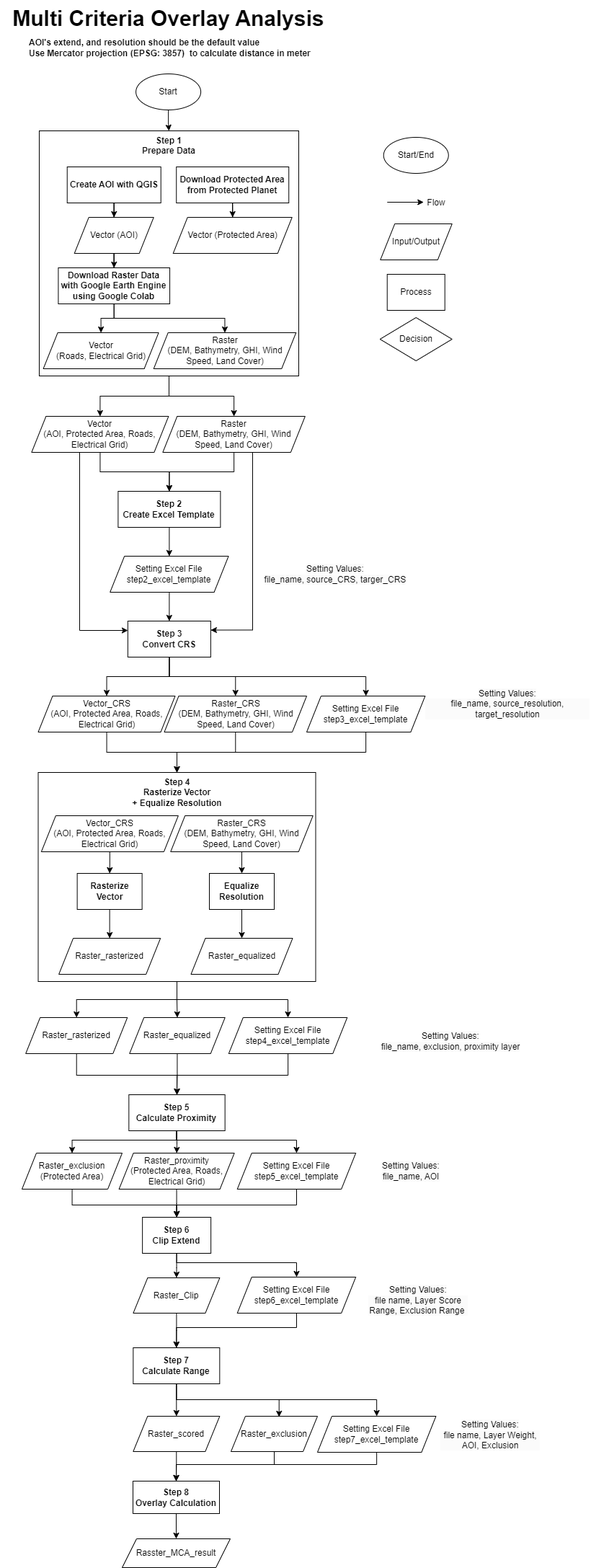
The draw.io diagram flowchart.png in chungkang/MCA, before a commit. Source tidied: cells renumbered, new cells last; positions are measured from the earlier drawing's top-left corner, leaving out a move shared by most shapes.
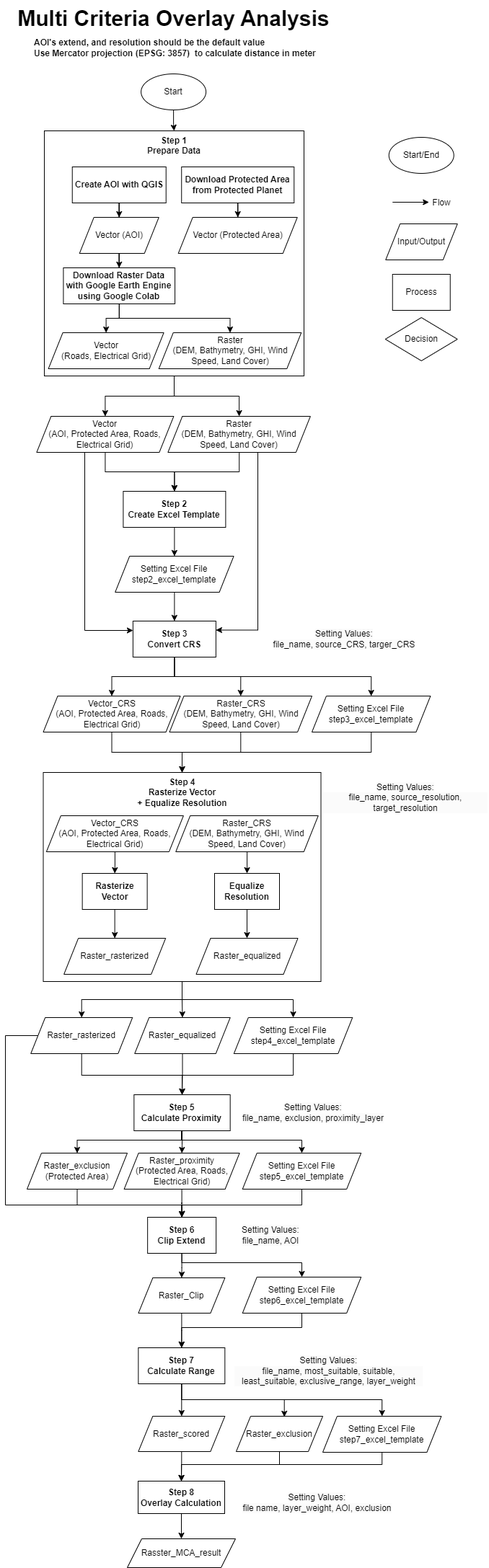
The same file after the commit.

Change to the diagram source:
```diff
@@ -255,7 +255,7 @@
       <mxGeometry x="265.5" y="1301" width="141" height="50" as="geometry" />
     </mxCell>
     <mxCell id="75" value="&lt;br&gt;&lt;span style=&quot;color: rgb(0, 0, 0); font-family: Helvetica; font-size: 12px; font-style: normal; font-variant-ligatures: normal; font-variant-caps: normal; font-weight: 400; letter-spacing: normal; orphans: 2; text-align: center; text-indent: 0px; text-transform: none; widows: 2; word-spacing: 0px; -webkit-text-stroke-width: 0px; background-color: rgb(251, 251, 251); text-decoration-thickness: initial; text-decoration-style: initial; text-decoration-color: initial; float: none; display: inline !important;&quot;&gt;Setting Values:&lt;/span&gt;&lt;br style=&quot;border-color: var(--border-color); color: rgb(0, 0, 0); font-family: Helvetica; font-size: 12px; font-style: normal; font-variant-ligatures: normal; font-variant-caps: normal; font-weight: 400; letter-spacing: normal; orphans: 2; text-align: center; text-indent: 0px; text-transform: none; widows: 2; word-spacing: 0px; -webkit-text-stroke-width: 0px; background-color: rgb(251, 251, 251); text-decoration-thickness: initial; text-decoration-style: initial; text-decoration-color: initial;&quot;&gt;&lt;div style=&quot;border-color: var(--border-color); color: rgb(0, 0, 0); font-family: Helvetica; font-size: 12px; font-style: normal; font-variant-ligatures: normal; font-variant-caps: normal; font-weight: 400; letter-spacing: normal; orphans: 2; text-align: center; text-indent: 0px; text-transform: none; widows: 2; word-spacing: 0px; -webkit-text-stroke-width: 0px; background-color: rgb(251, 251, 251); text-decoration-thickness: initial; text-decoration-style: initial; text-decoration-color: initial;&quot;&gt;&lt;span style=&quot;border-color: var(--border-color); background-color: initial;&quot;&gt;file_name, source_CRS, targer_CRS&lt;/span&gt;&lt;/div&gt;&lt;br&gt;" style="text;html=1;strokeColor=none;fillColor=none;align=center;verticalAlign=middle;whiteSpace=wrap;rounded=0;" parent="1" vertex="1">
-      <mxGeometry x="361" y="756" width="210" height="80" as="geometry" />
+      <mxGeometry x="366.2" y="853.5" width="210" height="65" as="geometry" />
     </mxCell>
     <mxCell id="76" style="edgeStyle=orthogonalEdgeStyle;rounded=0;jettySize=auto;html=1;entryX=0.5;entryY=0;entryDx=0;entryDy=0;" parent="1" edge="1" source="77" target="23">
       <mxGeometry relative="1" as="geometry" />
@@ -270,7 +270,7 @@
       <mxGeometry x="426" y="965" width="164.4" height="50" as="geometry" />
     </mxCell>
     <mxCell id="80" value="&lt;br&gt;&lt;span style=&quot;color: rgb(0, 0, 0); font-family: Helvetica; font-size: 12px; font-style: normal; font-variant-ligatures: normal; font-variant-caps: normal; font-weight: 400; letter-spacing: normal; orphans: 2; text-align: center; text-indent: 0px; text-transform: none; widows: 2; word-spacing: 0px; -webkit-text-stroke-width: 0px; background-color: rgb(251, 251, 251); text-decoration-thickness: initial; text-decoration-style: initial; text-decoration-color: initial; float: none; display: inline !important;&quot;&gt;Setting Values:&lt;/span&gt;&lt;br style=&quot;border-color: var(--border-color); color: rgb(0, 0, 0); font-family: Helvetica; font-size: 12px; font-style: normal; font-variant-ligatures: normal; font-variant-caps: normal; font-weight: 400; letter-spacing: normal; orphans: 2; text-align: center; text-indent: 0px; text-transform: none; widows: 2; word-spacing: 0px; -webkit-text-stroke-width: 0px; background-color: rgb(251, 251, 251); text-decoration-thickness: initial; text-decoration-style: initial; text-decoration-color: initial;&quot;&gt;&lt;div style=&quot;border-color: var(--border-color); color: rgb(0, 0, 0); font-family: Helvetica; font-size: 12px; font-style: normal; font-variant-ligatures: normal; font-variant-caps: normal; font-weight: 400; letter-spacing: normal; orphans: 2; text-align: center; text-indent: 0px; text-transform: none; widows: 2; word-spacing: 0px; -webkit-text-stroke-width: 0px; background-color: rgb(251, 251, 251); text-decoration-thickness: initial; text-decoration-style: initial; text-decoration-color: initial;&quot;&gt;&lt;span style=&quot;border-color: var(--border-color); background-color: initial;&quot;&gt;file_name, source_resolution, target_resolution&lt;/span&gt;&lt;/div&gt;&lt;br&gt;" style="text;html=1;strokeColor=none;fillColor=none;align=center;verticalAlign=middle;whiteSpace=wrap;rounded=0;" parent="1" vertex="1">
-      <mxGeometry x="590.4" y="951" width="230" height="50" as="geometry" />
+      <mxGeometry x="441" y="1081" width="230" height="50" as="geometry" />
     </mxCell>
     <mxCell id="81" style="edgeStyle=orthogonalEdgeStyle;rounded=0;jettySize=auto;html=1;entryX=0.5;entryY=0;entryDx=0;entryDy=0;" parent="1" edge="1" source="82" target="55">
       <mxGeometry relative="1" as="geometry">
@@ -305,14 +305,14 @@
     <mxCell id="86" value="Setting Excel File&lt;br&gt;step6_excel_template" style="shape=parallelogram;perimeter=parallelogramPerimeter;whiteSpace=wrap;html=1;fixedSize=1;" parent="1" vertex="1">
       <mxGeometry x="329.8" y="1771" width="164.4" height="50" as="geometry" />
     </mxCell>
-    <mxCell id="87" value="&lt;span style=&quot;color: rgb(0, 0, 0); font-family: Helvetica; font-size: 12px; font-style: normal; font-variant-ligatures: normal; font-variant-caps: normal; font-weight: 400; letter-spacing: normal; orphans: 2; text-align: center; text-indent: 0px; text-transform: none; widows: 2; word-spacing: 0px; -webkit-text-stroke-width: 0px; background-color: rgb(251, 251, 251); text-decoration-thickness: initial; text-decoration-style: initial; text-decoration-color: initial; float: none; display: inline !important;&quot;&gt;Setting Values:&lt;/span&gt;&lt;br style=&quot;border-color: var(--border-color); color: rgb(0, 0, 0); font-family: Helvetica; font-size: 12px; font-style: normal; font-variant-ligatures: normal; font-variant-caps: normal; font-weight: 400; letter-spacing: normal; orphans: 2; text-align: center; text-indent: 0px; text-transform: none; widows: 2; word-spacing: 0px; -webkit-text-stroke-width: 0px; background-color: rgb(251, 251, 251); text-decoration-thickness: initial; text-decoration-style: initial; text-decoration-color: initial;&quot;&gt;&lt;div style=&quot;border-color: var(--border-color); color: rgb(0, 0, 0); font-family: Helvetica; font-size: 12px; font-style: normal; font-variant-ligatures: normal; font-variant-caps: normal; font-weight: 400; letter-spacing: normal; orphans: 2; text-align: center; text-indent: 0px; text-transform: none; widows: 2; word-spacing: 0px; -webkit-text-stroke-width: 0px; background-color: rgb(251, 251, 251); text-decoration-thickness: initial; text-decoration-style: initial; text-decoration-color: initial;&quot;&gt;&lt;span style=&quot;border-color: var(--border-color); background-color: initial;&quot;&gt;file_name, exclusion, proximity layer&lt;/span&gt;&lt;/div&gt;" style="text;html=1;strokeColor=none;fillColor=none;align=center;verticalAlign=middle;whiteSpace=wrap;rounded=0;" parent="1" vertex="1">
-      <mxGeometry x="511" y="1419" width="230" height="50" as="geometry" />
+    <mxCell id="87" value="&lt;span style=&quot;color: rgb(0, 0, 0); font-family: Helvetica; font-size: 12px; font-style: normal; font-variant-ligatures: normal; font-variant-caps: normal; font-weight: 400; letter-spacing: normal; orphans: 2; text-align: center; text-indent: 0px; text-transform: none; widows: 2; word-spacing: 0px; -webkit-text-stroke-width: 0px; background-color: rgb(251, 251, 251); text-decoration-thickness: initial; text-decoration-style: initial; text-decoration-color: initial; float: none; display: inline !important;&quot;&gt;Setting Values:&lt;/span&gt;&lt;br style=&quot;border-color: var(--border-color); color: rgb(0, 0, 0); font-family: Helvetica; font-size: 12px; font-style: normal; font-variant-ligatures: normal; font-variant-caps: normal; font-weight: 400; letter-spacing: normal; orphans: 2; text-align: center; text-indent: 0px; text-transform: none; widows: 2; word-spacing: 0px; -webkit-text-stroke-width: 0px; background-color: rgb(251, 251, 251); text-decoration-thickness: initial; text-decoration-style: initial; text-decoration-color: initial;&quot;&gt;&lt;div style=&quot;border-color: var(--border-color); color: rgb(0, 0, 0); font-family: Helvetica; font-size: 12px; font-style: normal; font-variant-ligatures: normal; font-variant-caps: normal; font-weight: 400; letter-spacing: normal; orphans: 2; text-align: center; text-indent: 0px; text-transform: none; widows: 2; word-spacing: 0px; -webkit-text-stroke-width: 0px; background-color: rgb(251, 251, 251); text-decoration-thickness: initial; text-decoration-style: initial; text-decoration-color: initial;&quot;&gt;&lt;span style=&quot;border-color: var(--border-color); background-color: initial;&quot;&gt;file_name, exclusion, proximity_layer&lt;/span&gt;&lt;/div&gt;" style="text;html=1;strokeColor=none;fillColor=none;align=center;verticalAlign=middle;whiteSpace=wrap;rounded=0;" parent="1" vertex="1">
+      <mxGeometry x="312.7" y="1518" width="230" height="50" as="geometry" />
     </mxCell>
     <mxCell id="88" value="&lt;span style=&quot;color: rgb(0, 0, 0); font-family: Helvetica; font-size: 12px; font-style: normal; font-variant-ligatures: normal; font-variant-caps: normal; font-weight: 400; letter-spacing: normal; orphans: 2; text-align: center; text-indent: 0px; text-transform: none; widows: 2; word-spacing: 0px; -webkit-text-stroke-width: 0px; background-color: rgb(251, 251, 251); text-decoration-thickness: initial; text-decoration-style: initial; text-decoration-color: initial; float: none; display: inline !important;&quot;&gt;Setting Values:&lt;/span&gt;&lt;br style=&quot;border-color: var(--border-color); color: rgb(0, 0, 0); font-family: Helvetica; font-size: 12px; font-style: normal; font-variant-ligatures: normal; font-variant-caps: normal; font-weight: 400; letter-spacing: normal; orphans: 2; text-align: center; text-indent: 0px; text-transform: none; widows: 2; word-spacing: 0px; -webkit-text-stroke-width: 0px; background-color: rgb(251, 251, 251); text-decoration-thickness: initial; text-decoration-style: initial; text-decoration-color: initial;&quot;&gt;&lt;div style=&quot;border-color: var(--border-color); color: rgb(0, 0, 0); font-family: Helvetica; font-size: 12px; font-style: normal; font-variant-ligatures: normal; font-variant-caps: normal; font-weight: 400; letter-spacing: normal; orphans: 2; text-align: center; text-indent: 0px; text-transform: none; widows: 2; word-spacing: 0px; -webkit-text-stroke-width: 0px; background-color: rgb(251, 251, 251); text-decoration-thickness: initial; text-decoration-style: initial; text-decoration-color: initial;&quot;&gt;&lt;span style=&quot;border-color: var(--border-color); background-color: initial;&quot;&gt;file_name, AOI&lt;/span&gt;&lt;/div&gt;" style="text;html=1;strokeColor=none;fillColor=none;align=center;verticalAlign=middle;whiteSpace=wrap;rounded=0;" parent="1" vertex="1">
-      <mxGeometry x="501" y="1599" width="140" height="50" as="geometry" />
+      <mxGeometry x="298.5" y="1688" width="140" height="50" as="geometry" />
     </mxCell>
-    <mxCell id="89" value="&lt;br&gt;&lt;span style=&quot;color: rgb(0, 0, 0); font-family: Helvetica; font-size: 12px; font-style: normal; font-variant-ligatures: normal; font-variant-caps: normal; font-weight: 400; letter-spacing: normal; orphans: 2; text-align: center; text-indent: 0px; text-transform: none; widows: 2; word-spacing: 0px; -webkit-text-stroke-width: 0px; background-color: rgb(251, 251, 251); text-decoration-thickness: initial; text-decoration-style: initial; text-decoration-color: initial; float: none; display: inline !important;&quot;&gt;Setting Values:&lt;/span&gt;&lt;br style=&quot;border-color: var(--border-color); color: rgb(0, 0, 0); font-family: Helvetica; font-size: 12px; font-style: normal; font-variant-ligatures: normal; font-variant-caps: normal; font-weight: 400; letter-spacing: normal; orphans: 2; text-align: center; text-indent: 0px; text-transform: none; widows: 2; word-spacing: 0px; -webkit-text-stroke-width: 0px; background-color: rgb(251, 251, 251); text-decoration-thickness: initial; text-decoration-style: initial; text-decoration-color: initial;&quot;&gt;&lt;div style=&quot;border-color: var(--border-color); color: rgb(0, 0, 0); font-family: Helvetica; font-size: 12px; font-style: normal; font-variant-ligatures: normal; font-variant-caps: normal; font-weight: 400; letter-spacing: normal; orphans: 2; text-align: center; text-indent: 0px; text-transform: none; widows: 2; word-spacing: 0px; -webkit-text-stroke-width: 0px; background-color: rgb(251, 251, 251); text-decoration-thickness: initial; text-decoration-style: initial; text-decoration-color: initial;&quot;&gt;&lt;span style=&quot;border-color: var(--border-color); background-color: initial;&quot;&gt;file name, Layer Score Range, Exclusion Range&amp;nbsp;&lt;/span&gt;&lt;/div&gt;" style="text;html=1;strokeColor=none;fillColor=none;align=center;verticalAlign=middle;whiteSpace=wrap;rounded=0;" parent="1" vertex="1">
-      <mxGeometry x="511" y="1771" width="140" height="50" as="geometry" />
+    <mxCell id="89" value="&lt;br&gt;&lt;span style=&quot;color: rgb(0, 0, 0); font-family: Helvetica; font-size: 12px; font-style: normal; font-variant-ligatures: normal; font-variant-caps: normal; font-weight: 400; letter-spacing: normal; orphans: 2; text-align: center; text-indent: 0px; text-transform: none; widows: 2; word-spacing: 0px; -webkit-text-stroke-width: 0px; background-color: rgb(251, 251, 251); text-decoration-thickness: initial; text-decoration-style: initial; text-decoration-color: initial; float: none; display: inline !important;&quot;&gt;Setting Values:&lt;/span&gt;&lt;br style=&quot;border-color: var(--border-color); color: rgb(0, 0, 0); font-family: Helvetica; font-size: 12px; font-style: normal; font-variant-ligatures: normal; font-variant-caps: normal; font-weight: 400; letter-spacing: normal; orphans: 2; text-align: center; text-indent: 0px; text-transform: none; widows: 2; word-spacing: 0px; -webkit-text-stroke-width: 0px; background-color: rgb(251, 251, 251); text-decoration-thickness: initial; text-decoration-style: initial; text-decoration-color: initial;&quot;&gt;&lt;div style=&quot;border-color: var(--border-color); color: rgb(0, 0, 0); font-family: Helvetica; font-size: 12px; font-style: normal; font-variant-ligatures: normal; font-variant-caps: normal; font-weight: 400; letter-spacing: normal; orphans: 2; text-align: center; text-indent: 0px; text-transform: none; widows: 2; word-spacing: 0px; -webkit-text-stroke-width: 0px; background-color: rgb(251, 251, 251); text-decoration-thickness: initial; text-decoration-style: initial; text-decoration-color: initial;&quot;&gt;&lt;span style=&quot;border-color: var(--border-color); background-color: initial;&quot;&gt;file_name, most_suitable, suitable, least_suitable, exclusive_range, layer_weight&lt;/span&gt;&lt;/div&gt;" style="text;html=1;strokeColor=none;fillColor=none;align=center;verticalAlign=middle;whiteSpace=wrap;rounded=0;" parent="1" vertex="1">
+      <mxGeometry x="317.6" y="1869" width="263.4" height="50" as="geometry" />
     </mxCell>
     <mxCell id="90" style="edgeStyle=orthogonalEdgeStyle;rounded=0;jettySize=auto;html=1;entryX=0.5;entryY=0;entryDx=0;entryDy=0;" parent="1" edge="1" source="91" target="10">
       <mxGeometry relative="1" as="geometry" />
@@ -342,8 +342,8 @@
     <mxCell id="95" value="Setting Excel File&lt;br&gt;step7_excel_template" style="shape=parallelogram;perimeter=parallelogramPerimeter;whiteSpace=wrap;html=1;fixedSize=1;" parent="1" vertex="1">
       <mxGeometry x="441" y="1964" width="164.4" height="50" as="geometry" />
     </mxCell>
-    <mxCell id="96" value="&lt;br&gt;&lt;span style=&quot;color: rgb(0, 0, 0); font-family: Helvetica; font-size: 12px; font-style: normal; font-variant-ligatures: normal; font-variant-caps: normal; font-weight: 400; letter-spacing: normal; orphans: 2; text-align: center; text-indent: 0px; text-transform: none; widows: 2; word-spacing: 0px; -webkit-text-stroke-width: 0px; background-color: rgb(251, 251, 251); text-decoration-thickness: initial; text-decoration-style: initial; text-decoration-color: initial; float: none; display: inline !important;&quot;&gt;Setting Values:&lt;/span&gt;&lt;br style=&quot;border-color: var(--border-color); color: rgb(0, 0, 0); font-family: Helvetica; font-size: 12px; font-style: normal; font-variant-ligatures: normal; font-variant-caps: normal; font-weight: 400; letter-spacing: normal; orphans: 2; text-align: center; text-indent: 0px; text-transform: none; widows: 2; word-spacing: 0px; -webkit-text-stroke-width: 0px; background-color: rgb(251, 251, 251); text-decoration-thickness: initial; text-decoration-style: initial; text-decoration-color: initial;&quot;&gt;&lt;div style=&quot;border-color: var(--border-color); color: rgb(0, 0, 0); font-family: Helvetica; font-size: 12px; font-style: normal; font-variant-ligatures: normal; font-variant-caps: normal; font-weight: 400; letter-spacing: normal; orphans: 2; text-align: center; text-indent: 0px; text-transform: none; widows: 2; word-spacing: 0px; -webkit-text-stroke-width: 0px; background-color: rgb(251, 251, 251); text-decoration-thickness: initial; text-decoration-style: initial; text-decoration-color: initial;&quot;&gt;&lt;span style=&quot;border-color: var(--border-color); background-color: initial;&quot;&gt;file name, Layer Weight, AOI, Exclusion&lt;/span&gt;&lt;/div&gt;" style="text;html=1;strokeColor=none;fillColor=none;align=center;verticalAlign=middle;whiteSpace=wrap;rounded=0;" parent="1" vertex="1">
-      <mxGeometry x="611" y="1958" width="140" height="50" as="geometry" />
+    <mxCell id="96" value="&lt;br&gt;&lt;span style=&quot;color: rgb(0, 0, 0); font-family: Helvetica; font-size: 12px; font-style: normal; font-variant-ligatures: normal; font-variant-caps: normal; font-weight: 400; letter-spacing: normal; orphans: 2; text-align: center; text-indent: 0px; text-transform: none; widows: 2; word-spacing: 0px; -webkit-text-stroke-width: 0px; background-color: rgb(251, 251, 251); text-decoration-thickness: initial; text-decoration-style: initial; text-decoration-color: initial; float: none; display: inline !important;&quot;&gt;Setting Values:&lt;/span&gt;&lt;br style=&quot;border-color: var(--border-color); color: rgb(0, 0, 0); font-family: Helvetica; font-size: 12px; font-style: normal; font-variant-ligatures: normal; font-variant-caps: normal; font-weight: 400; letter-spacing: normal; orphans: 2; text-align: center; text-indent: 0px; text-transform: none; widows: 2; word-spacing: 0px; -webkit-text-stroke-width: 0px; background-color: rgb(251, 251, 251); text-decoration-thickness: initial; text-decoration-style: initial; text-decoration-color: initial;&quot;&gt;&lt;div style=&quot;border-color: var(--border-color); color: rgb(0, 0, 0); font-family: Helvetica; font-size: 12px; font-style: normal; font-variant-ligatures: normal; font-variant-caps: normal; font-weight: 400; letter-spacing: normal; orphans: 2; text-align: center; text-indent: 0px; text-transform: none; widows: 2; word-spacing: 0px; -webkit-text-stroke-width: 0px; background-color: rgb(251, 251, 251); text-decoration-thickness: initial; text-decoration-style: initial; text-decoration-color: initial;&quot;&gt;&lt;span style=&quot;border-color: var(--border-color); background-color: initial;&quot;&gt;file name, layer_weight, AOI, exclusion&lt;/span&gt;&lt;/div&gt;" style="text;html=1;strokeColor=none;fillColor=none;align=center;verticalAlign=middle;whiteSpace=wrap;rounded=0;" parent="1" vertex="1">
+      <mxGeometry x="328.7" y="2051.5" width="209.1" height="50" as="geometry" />
     </mxCell>
     <mxCell id="97" value="Raster_rasterized" style="shape=parallelogram;perimeter=parallelogramPerimeter;whiteSpace=wrap;html=1;fixedSize=1;" parent="1" vertex="1">
       <mxGeometry x="82.1" y="1301" width="141" height="50" as="geometry" />
@@ -356,6 +356,15 @@
         </Array>
       </mxGeometry>
     </mxCell>
+    <mxCell id="103" style="edgeStyle=orthogonalEdgeStyle;rounded=0;jettySize=auto;html=1;entryX=0.5;entryY=0;entryDx=0;entryDy=0;" parent="1" edge="1" source="99" target="67">
+      <mxGeometry relative="1" as="geometry">
+        <Array as="points">
+          <mxPoint x="1" y="1436" />
+          <mxPoint x="1" y="1671" />
+          <mxPoint x="246" y="1671" />
+        </Array>
+      </mxGeometry>
+    </mxCell>
     <mxCell id="99" value="Raster_rasterized" style="shape=parallelogram;perimeter=parallelogramPerimeter;whiteSpace=wrap;html=1;fixedSize=1;" parent="1" vertex="1">
       <mxGeometry x="36.2" y="1411" width="141" height="50" as="geometry" />
     </mxCell>
```
